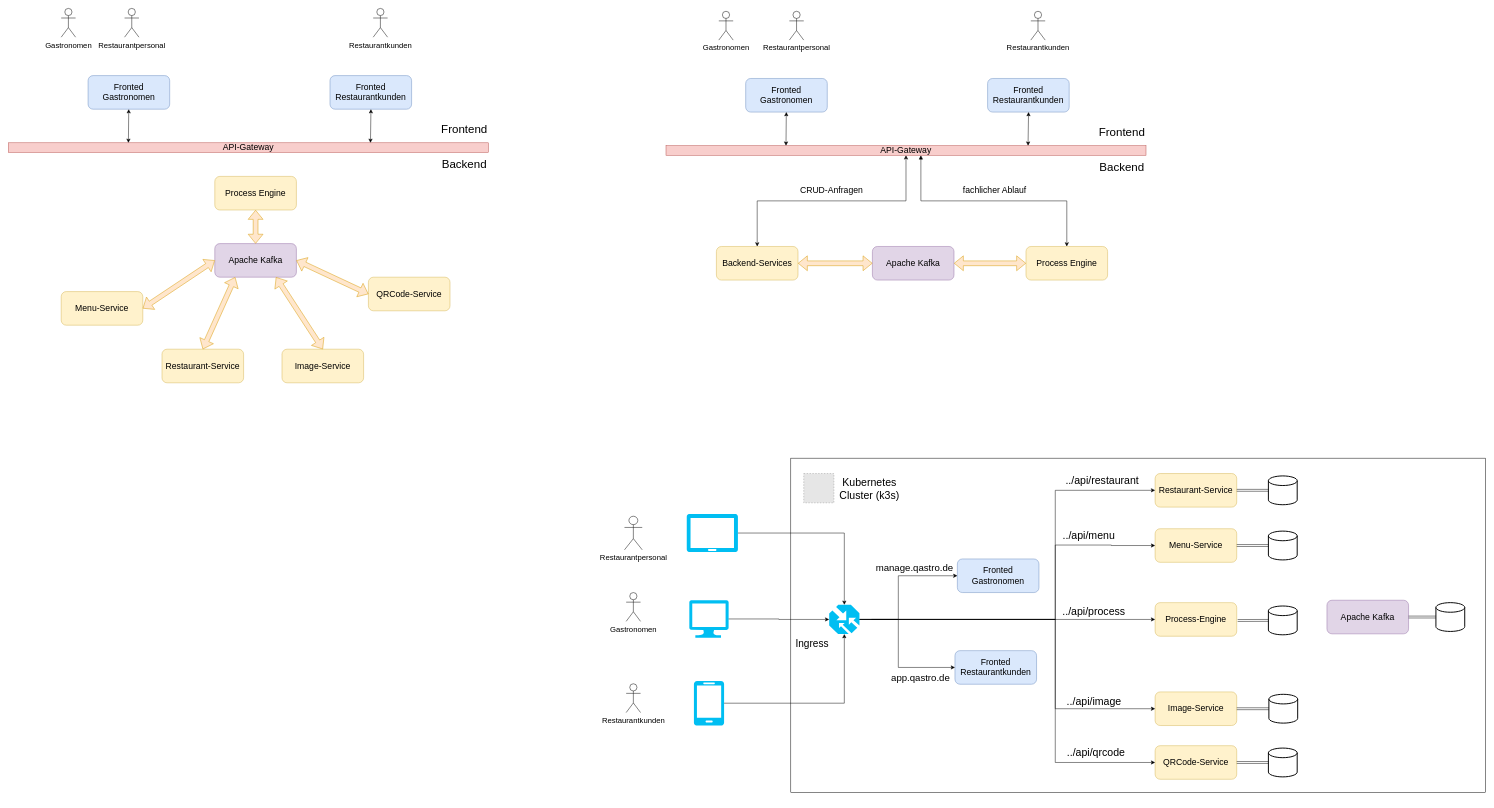
Earlier version of the draw.io diagram ArchitekturQastro.drawio (andi20002000/draw). Source tidied: cells renumbered, new cells numbered last; positions are measured from the earlier drawing's top-left corner, leaving out a move shared by most shapes. Both pictures are drawn from the tidied source at 48%, with x=0, y=0 at pixel (8, 8). Pictures stored in the file or linked from it are replaced by grey dashed boxes.
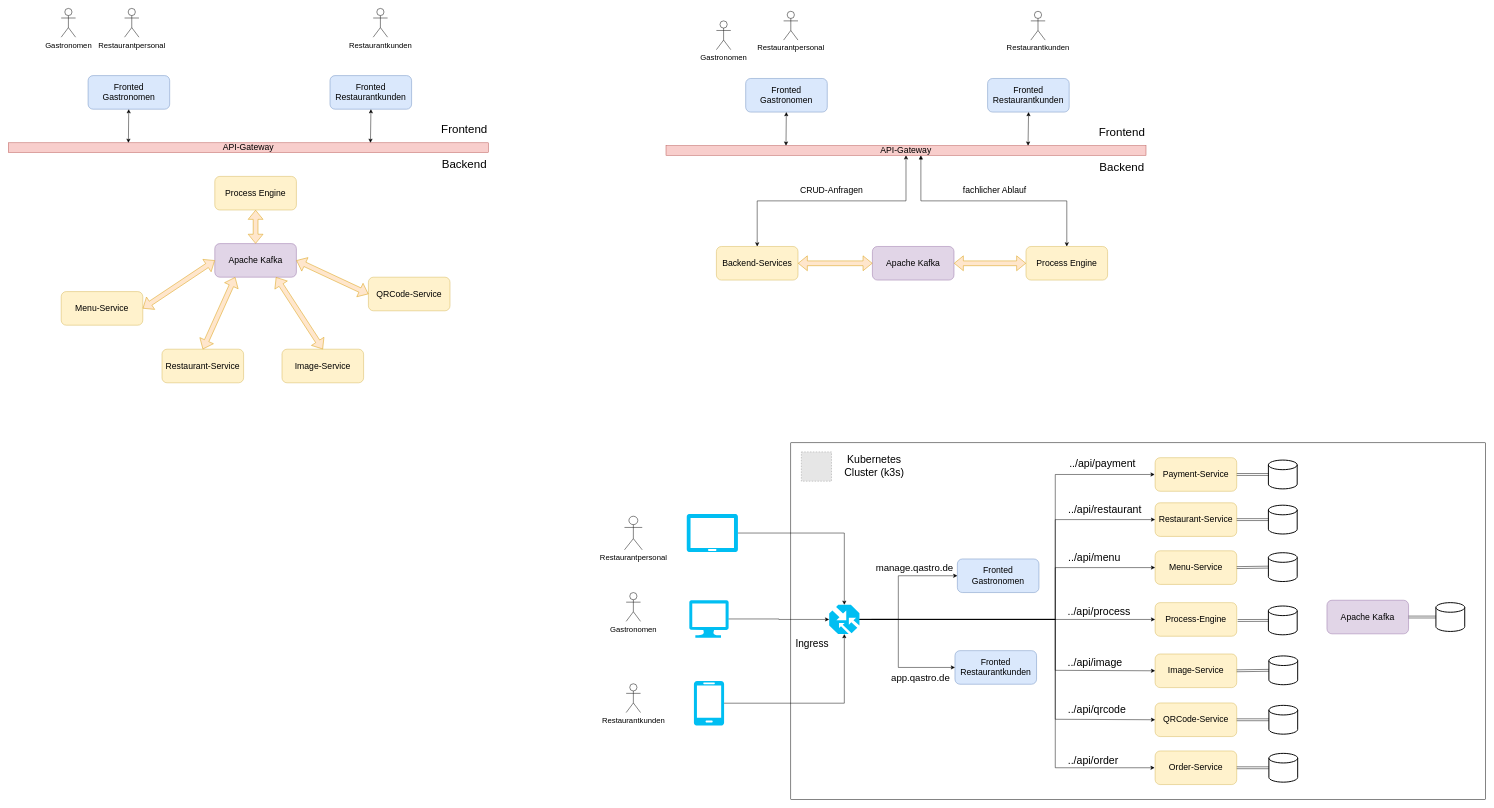
After the change.

Unchanged cells that the change refers to:
```xml
<mxCell id="65" value="&lt;font style=&quot;font-size: 21px;&quot;&gt;Ingress&lt;/font&gt;" style="verticalLabelPosition=bottom;html=1;verticalAlign=top;align=right;strokeColor=none;fillColor=#00BEF2;shape=mxgraph.azure.traffic_manager;labelPosition=left;horizontal=1;" parent="1" vertex="1">
  <mxGeometry x="1710" y="1242.5" width="63" height="61" as="geometry" />
</mxCell>
```

Diff of the diagram source:
```diff
@@
     <mxCell id="2" style="rounded=0;whiteSpace=wrap;html=1;fillColor=none;" parent="1" vertex="1">
-      <mxGeometry x="1630" y="937" width="1447" height="696" as="geometry" />
+      <mxGeometry x="1630" y="905" width="1447" height="743" as="geometry" />
     </mxCell>
@@
     <mxCell id="32" value="&lt;div&gt;&lt;font style=&quot;font-size: 16px;&quot;&gt;Gastronomen&lt;/font&gt;&lt;/div&gt;&lt;div&gt;&lt;br&gt;&lt;/div&gt;" style="shape=umlActor;verticalLabelPosition=bottom;verticalAlign=top;html=1;" parent="1" vertex="1">
-      <mxGeometry x="1480" y="6" width="30" height="60" as="geometry" />
+      <mxGeometry x="1475" y="26" width="30" height="60" as="geometry" />
     </mxCell>
@@
     <mxCell id="34" value="&lt;font style=&quot;font-size: 16px;&quot;&gt;Restaurantpersonal&lt;/font&gt;" style="shape=umlActor;verticalLabelPosition=bottom;verticalAlign=top;html=1;" parent="1" vertex="1">
-      <mxGeometry x="1627" y="6" width="30" height="60" as="geometry" />
+      <mxGeometry x="1615" y="6" width="30" height="60" as="geometry" />
     </mxCell>
@@
     <mxCell id="45" value="&lt;span style=&quot;font-size: 18px;&quot;&gt;Restaurant-Service&lt;/span&gt;" style="rounded=1;whiteSpace=wrap;html=1;fillColor=#fff2cc;strokeColor=#d6b656;" parent="1" vertex="1">
-      <mxGeometry x="2389" y="969" width="170" height="70" as="geometry" />
+      <mxGeometry x="2389" y="1030" width="170" height="70" as="geometry" />
     </mxCell>
     <mxCell id="46" value="&lt;span style=&quot;font-size: 18px;&quot;&gt;Menu-Service&lt;/span&gt;" style="rounded=1;whiteSpace=wrap;html=1;fillColor=#fff2cc;strokeColor=#d6b656;" parent="1" vertex="1">
-      <mxGeometry x="2389" y="1084" width="170" height="70" as="geometry" />
+      <mxGeometry x="2389" y="1130" width="170" height="70" as="geometry" />
     </mxCell>
     <mxCell id="47" value="&lt;span style=&quot;font-size: 18px;&quot;&gt;Image-Service&lt;/span&gt;" style="rounded=1;whiteSpace=wrap;html=1;fillColor=#fff2cc;strokeColor=#d6b656;" parent="1" vertex="1">
-      <mxGeometry x="2389" y="1424" width="170" height="70" as="geometry" />
+      <mxGeometry x="2389" y="1345" width="170" height="70" as="geometry" />
     </mxCell>
     <mxCell id="48" value="&lt;span style=&quot;font-size: 18px;&quot;&gt;QRCode-Service&lt;/span&gt;" style="rounded=1;whiteSpace=wrap;html=1;fillColor=#fff2cc;strokeColor=#d6b656;" parent="1" vertex="1">
-      <mxGeometry x="2389" y="1536" width="170" height="70" as="geometry" />
+      <mxGeometry x="2389" y="1447" width="170" height="70" as="geometry" />
     </mxCell>
@@
     <mxCell id="52" value="&lt;font style=&quot;font-size: 22px;&quot;&gt;Kubernetes Cluster (k3s)&lt;/font&gt;" style="text;html=1;align=center;verticalAlign=middle;whiteSpace=wrap;rounded=0;" parent="1" vertex="1">
-      <mxGeometry x="1710" y="972" width="168" height="58" as="geometry" />
+      <mxGeometry x="1719.8" y="924" width="168" height="58" as="geometry" />
     </mxCell>
     <mxCell id="53" style="fillColor=#E6E6E6;strokeColor=#999999;dashed=1;verticalLabelPosition=bottom;labelBackgroundColor=default;verticalAlign=top;" parent="1" vertex="1">
-      <mxGeometry x="1657" y="969" width="62.8" height="61" as="geometry" />
+      <mxGeometry x="1652" y="924" width="62.8" height="61" as="geometry" />
     </mxCell>
@@
     <mxCell id="61" style="edgeStyle=orthogonalEdgeStyle;rounded=0;jettySize=auto;html=1;entryX=0;entryY=0.5;entryDx=0;entryDy=0;" parent="1" edge="1" source="65" target="45">
       <mxGeometry relative="1" as="geometry">
         <Array as="points">
           <mxPoint x="2181" y="1273" />
-          <mxPoint x="2181" y="1004" />
+          <mxPoint x="2181" y="1065" />
         </Array>
       </mxGeometry>
     </mxCell>
     <mxCell id="62" style="edgeStyle=orthogonalEdgeStyle;rounded=0;jettySize=auto;html=1;entryX=0;entryY=0.5;entryDx=0;entryDy=0;" parent="1" edge="1" source="65" target="47">
       <mxGeometry relative="1" as="geometry">
         <Array as="points">
           <mxPoint x="2181" y="1273" />
-          <mxPoint x="2181" y="1459" />
+          <mxPoint x="2181" y="1379" />
         </Array>
       </mxGeometry>
     </mxCell>
     <mxCell id="63" style="edgeStyle=orthogonalEdgeStyle;rounded=0;jettySize=auto;html=1;entryX=0;entryY=0.5;entryDx=0;entryDy=0;" parent="1" edge="1" target="48">
       <mxGeometry relative="1" as="geometry">
         <mxPoint x="1797" y="1273" as="sourcePoint" />
         <Array as="points">
           <mxPoint x="2181" y="1273" />
-          <mxPoint x="2181" y="1571" />
+          <mxPoint x="2181" y="1481" />
         </Array>
       </mxGeometry>
     </mxCell>
     <mxCell id="64" style="edgeStyle=orthogonalEdgeStyle;rounded=0;jettySize=auto;html=1;entryX=0;entryY=0.5;entryDx=0;entryDy=0;" parent="1" edge="1" target="46">
       <mxGeometry relative="1" as="geometry">
         <mxPoint x="1799" y="1273" as="sourcePoint" />
         <Array as="points">
           <mxPoint x="2181" y="1273" />
-          <mxPoint x="2181" y="1118" />
-          <mxPoint x="2298" y="1118" />
+          <mxPoint x="2181" y="1165" />
         </Array>
       </mxGeometry>
     </mxCell>
+    <mxCell id="89" style="edgeStyle=orthogonalEdgeStyle;rounded=0;orthogonalLoop=1;jettySize=auto;html=1;entryX=0;entryY=0.5;entryDx=0;entryDy=0;" parent="1" edge="1">
+      <mxGeometry relative="1" as="geometry">
+        <mxPoint x="1772" y="1273" as="sourcePoint" />
+        <mxPoint x="2388" y="1582" as="targetPoint" />
+        <Array as="points">
+          <mxPoint x="2181" y="1273" />
+          <mxPoint x="2181" y="1582" />
+        </Array>
+      </mxGeometry>
+    </mxCell>
+    <mxCell id="90" style="edgeStyle=orthogonalEdgeStyle;rounded=0;orthogonalLoop=1;jettySize=auto;html=1;entryX=0;entryY=0.5;entryDx=0;entryDy=0;" parent="1" edge="1">
+      <mxGeometry relative="1" as="geometry">
+        <mxPoint x="1772" y="1273" as="sourcePoint" />
+        <mxPoint x="2388" y="971" as="targetPoint" />
+        <Array as="points">
+          <mxPoint x="2181" y="1273" />
+          <mxPoint x="2181" y="971" />
+        </Array>
+      </mxGeometry>
+    </mxCell>
@@
     <mxCell id="69" style="strokeWidth=2;html=1;shape=mxgraph.flowchart.database;whiteSpace=wrap;" parent="1" vertex="1">
-      <mxGeometry x="2625" y="974" width="60" height="60" as="geometry" />
+      <mxGeometry x="2625" y="1035" width="60" height="60" as="geometry" />
     </mxCell>
     <mxCell id="70" style="strokeWidth=2;html=1;shape=mxgraph.flowchart.database;whiteSpace=wrap;" parent="1" vertex="1">
-      <mxGeometry x="2625" y="1089" width="60" height="60" as="geometry" />
+      <mxGeometry x="2625" y="1134" width="60" height="60" as="geometry" />
     </mxCell>
@@
     <mxCell id="72" style="strokeWidth=2;html=1;shape=mxgraph.flowchart.database;whiteSpace=wrap;" parent="1" vertex="1">
-      <mxGeometry x="2626" y="1429" width="60" height="60" as="geometry" />
+      <mxGeometry x="2626" y="1349" width="60" height="60" as="geometry" />
     </mxCell>
     <mxCell id="73" style="strokeWidth=2;html=1;shape=mxgraph.flowchart.database;whiteSpace=wrap;" parent="1" vertex="1">
-      <mxGeometry x="2625" y="1541" width="60" height="60" as="geometry" />
+      <mxGeometry x="2626" y="1452" width="60" height="60" as="geometry" />
     </mxCell>
@@
     <mxCell id="81" value="&lt;font style=&quot;font-size: 22px;&quot;&gt;../api/restaurant&lt;/font&gt;" style="text;html=1;align=center;verticalAlign=middle;whiteSpace=wrap;rounded=0;" parent="1" vertex="1">
-      <mxGeometry x="2160" y="969" width="238" height="30" as="geometry" />
+      <mxGeometry x="2189" y="1030" width="191" height="30" as="geometry" />
     </mxCell>
     <mxCell id="82" value="&lt;font style=&quot;font-size: 22px;&quot;&gt;../api/menu&lt;/font&gt;" style="text;html=1;align=center;verticalAlign=middle;whiteSpace=wrap;rounded=0;" parent="1" vertex="1">
-      <mxGeometry x="2132" y="1084" width="238" height="30" as="geometry" />
+      <mxGeometry x="2182" y="1130" width="161" height="30" as="geometry" />
     </mxCell>
     <mxCell id="83" value="&lt;font style=&quot;font-size: 22px;&quot;&gt;../api/process&lt;/font&gt;" style="text;html=1;align=center;verticalAlign=middle;whiteSpace=wrap;rounded=0;" parent="1" vertex="1">
-      <mxGeometry x="2147" y="1242.5" width="229" height="30" as="geometry" />
+      <mxGeometry x="2158" y="1242.5" width="229" height="30" as="geometry" />
     </mxCell>
     <mxCell id="84" value="&lt;font style=&quot;font-size: 22px;&quot;&gt;../api/image&lt;/font&gt;" style="text;html=1;align=center;verticalAlign=middle;whiteSpace=wrap;rounded=0;" parent="1" vertex="1">
-      <mxGeometry x="2142.5" y="1429" width="238" height="30" as="geometry" />
+      <mxGeometry x="2145" y="1349" width="238" height="30" as="geometry" />
     </mxCell>
     <mxCell id="85" value="&lt;font style=&quot;font-size: 22px;&quot;&gt;../api/qrcode&lt;/font&gt;" style="text;html=1;align=center;verticalAlign=middle;whiteSpace=wrap;rounded=0;" parent="1" vertex="1">
-      <mxGeometry x="2147" y="1536" width="238" height="30" as="geometry" />
+      <mxGeometry x="2148.5" y="1446" width="238" height="30" as="geometry" />
     </mxCell>
@@
+    <mxCell id="91" value="&lt;span style=&quot;font-size: 18px;&quot;&gt;Order-Service&lt;/span&gt;" style="rounded=1;whiteSpace=wrap;html=1;fillColor=#fff2cc;strokeColor=#d6b656;" parent="1" vertex="1">
+      <mxGeometry x="2389" y="1547" width="170" height="70" as="geometry" />
+    </mxCell>
+    <mxCell id="92" style="shape=link;html=1;rounded=0;exitX=1;exitY=0.5;exitDx=0;exitDy=0;entryX=0;entryY=0.5;entryDx=0;entryDy=0;entryPerimeter=0;" parent="1" edge="1" source="91" target="93">
+      <mxGeometry relative="1" as="geometry" />
+    </mxCell>
+    <mxCell id="93" style="strokeWidth=2;html=1;shape=mxgraph.flowchart.database;whiteSpace=wrap;" parent="1" vertex="1">
+      <mxGeometry x="2626" y="1552" width="60" height="60" as="geometry" />
+    </mxCell>
+    <mxCell id="94" value="&lt;font style=&quot;font-size: 22px;&quot;&gt;../api/order&lt;/font&gt;" style="text;html=1;align=center;verticalAlign=middle;whiteSpace=wrap;rounded=0;" parent="1" vertex="1">
+      <mxGeometry x="2140.5" y="1552" width="238" height="30" as="geometry" />
+    </mxCell>
+    <mxCell id="95" value="&lt;span style=&quot;font-size: 18px;&quot;&gt;Payment-Service&lt;/span&gt;" style="rounded=1;whiteSpace=wrap;html=1;fillColor=#fff2cc;strokeColor=#d6b656;" parent="1" vertex="1">
+      <mxGeometry x="2389" y="936" width="170" height="70" as="geometry" />
+    </mxCell>
+    <mxCell id="96" style="strokeWidth=2;html=1;shape=mxgraph.flowchart.database;whiteSpace=wrap;" parent="1" vertex="1">
+      <mxGeometry x="2625" y="941" width="60" height="60" as="geometry" />
+    </mxCell>
+    <mxCell id="97" style="shape=link;html=1;rounded=0;entryX=0;entryY=0.5;entryDx=0;entryDy=0;entryPerimeter=0;exitX=1;exitY=0.5;exitDx=0;exitDy=0;" parent="1" edge="1" source="95" target="96">
+      <mxGeometry relative="1" as="geometry" />
+    </mxCell>
+    <mxCell id="98" value="&lt;font style=&quot;font-size: 22px;&quot;&gt;../api/payment&lt;/font&gt;" style="text;html=1;align=center;verticalAlign=middle;whiteSpace=wrap;rounded=0;" parent="1" vertex="1">
+      <mxGeometry x="2183.5" y="933" width="191" height="30" as="geometry" />
+    </mxCell>
```
